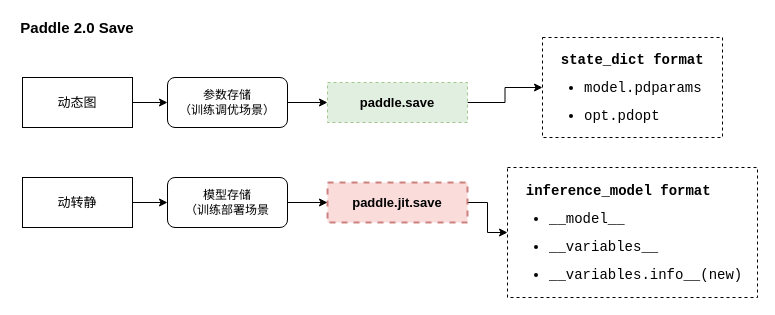
Earlier version of the draw.io diagram page "save2.0" (5 of 6) of save-load.drawio (chenwhql/diagrams). Source tidied: cells renumbered, new cells numbered last; positions are measured from the earlier drawing's top-left corner, leaving out a move shared by most shapes. Both pictures are drawn from the tidied source at 100%, with x=0, y=0 at pixel (17, 17).
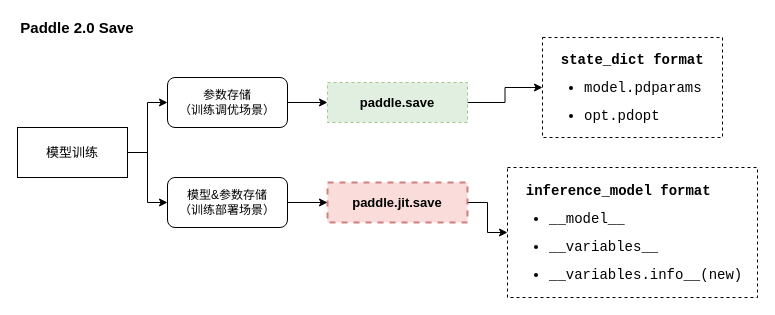
The same page after the edit.

What changed in the source:
```diff
@@
 <mxGraphModel>
   <root>
     <mxCell id="0" />
     <mxCell id="1" parent="0" />
     <mxCell id="2" style="edgeStyle=orthogonalEdgeStyle;rounded=0;jettySize=auto;html=1;exitX=1;exitY=0.5;exitDx=0;exitDy=0;entryX=0;entryY=0.5;entryDx=0;entryDy=0;fontSize=15;" parent="1" edge="1" source="3" target="12">
-      <mxGeometry relative="1" as="geometry" />
+      <mxGeometry relative="1" as="geometry">
+        <Array as="points">
+          <mxPoint x="130" y="135" />
+          <mxPoint x="130" y="85" />
+        </Array>
+      </mxGeometry>
     </mxCell>
-    <mxCell id="3" value="动态图" style="rounded=0;whiteSpace=wrap;html=1;fontSize=13;" parent="1" vertex="1">
-      <mxGeometry x="5" y="60" width="110" height="50" as="geometry" />
+    <mxCell id="3" value="模型训练" style="rounded=0;whiteSpace=wrap;html=1;fontSize=13;" parent="1" vertex="1">
+      <mxGeometry y="110" width="110" height="50" as="geometry" />
     </mxCell>
-    <mxCell id="4" style="edgeStyle=orthogonalEdgeStyle;rounded=0;jettySize=auto;html=1;exitX=1;exitY=0.5;exitDx=0;exitDy=0;entryX=0;entryY=0.5;entryDx=0;entryDy=0;fontSize=15;" parent="1" edge="1" source="5" target="14">
-      <mxGeometry relative="1" as="geometry" />
+    <mxCell id="4" style="edgeStyle=orthogonalEdgeStyle;rounded=0;jettySize=auto;html=1;exitX=1;exitY=0.5;exitDx=0;exitDy=0;entryX=0;entryY=0.5;entryDx=0;entryDy=0;fontSize=15;" parent="1" edge="1" source="3" target="14">
+      <mxGeometry relative="1" as="geometry">
+        <Array as="points">
+          <mxPoint x="130" y="135" />
+          <mxPoint x="130" y="185" />
+        </Array>
+      </mxGeometry>
     </mxCell>
-    <mxCell id="5" value="动转静" style="rounded=0;whiteSpace=wrap;html=1;fontSize=13;" parent="1" vertex="1">
-      <mxGeometry x="5" y="160" width="110" height="50" as="geometry" />
-    </mxCell>
     <mxCell id="6" style="edgeStyle=orthogonalEdgeStyle;rounded=0;jettySize=auto;html=1;fontSize=15;" parent="1" edge="1" source="7" target="15">
       <mxGeometry relative="1" as="geometry" />
     </mxCell>
     <mxCell id="7" value="&lt;span&gt;paddle.save&lt;/span&gt;" style="rounded=0;whiteSpace=wrap;html=1;dashed=1;fontSize=13;opacity=70;fillColor=#d5e8d4;strokeColor=#82b366;fontStyle=1;" parent="1" vertex="1">
       <mxGeometry x="310" y="65" width="140" height="40" as="geometry" />
     </mxCell>
     <mxCell id="8" style="edgeStyle=orthogonalEdgeStyle;rounded=0;jettySize=auto;html=1;exitX=1;exitY=0.5;exitDx=0;exitDy=0;fontSize=15;" parent="1" edge="1" source="9" target="16">
       <mxGeometry relative="1" as="geometry" />
     </mxCell>
     <mxCell id="9" value="&lt;span&gt;paddle.jit.save&lt;/span&gt;" style="rounded=0;whiteSpace=wrap;html=1;dashed=1;fontSize=13;opacity=70;fillColor=#f8cecc;strokeColor=#b85450;strokeWidth=2;fontStyle=1;" parent="1" vertex="1">
       <mxGeometry x="310" y="165" width="140" height="40" as="geometry" />
     </mxCell>
     <mxCell id="10" value="Paddle 2.0 Save" style="text;html=1;strokeColor=none;fillColor=none;align=center;verticalAlign=middle;whiteSpace=wrap;rounded=0;dashed=1;fontSize=15;opacity=70;fontStyle=1;" parent="1" vertex="1">
       <mxGeometry width="120" height="20" as="geometry" />
     </mxCell>
     <mxCell id="11" style="edgeStyle=orthogonalEdgeStyle;rounded=0;jettySize=auto;html=1;exitX=1;exitY=0.5;exitDx=0;exitDy=0;entryX=0;entryY=0.5;entryDx=0;entryDy=0;fontSize=15;" parent="1" edge="1" source="12" target="7">
       <mxGeometry relative="1" as="geometry" />
     </mxCell>
     <mxCell id="12" value="参数存储&lt;br&gt;（训练调优场景）" style="rounded=1;whiteSpace=wrap;html=1;" parent="1" vertex="1">
       <mxGeometry x="150" y="60" width="120" height="50" as="geometry" />
     </mxCell>
     <mxCell id="13" style="edgeStyle=orthogonalEdgeStyle;rounded=0;jettySize=auto;html=1;exitX=1;exitY=0.5;exitDx=0;exitDy=0;entryX=0;entryY=0.5;entryDx=0;entryDy=0;fontSize=15;" parent="1" edge="1" source="14" target="9">
       <mxGeometry relative="1" as="geometry" />
     </mxCell>
-    <mxCell id="14" value="模型存储&lt;br&gt;（训练部署场景" style="rounded=1;whiteSpace=wrap;html=1;" parent="1" vertex="1">
+    <mxCell id="14" value="模型&amp;amp;参数存储&lt;br&gt;（训练部署场景）" style="rounded=1;whiteSpace=wrap;html=1;" parent="1" vertex="1">
       <mxGeometry x="150" y="160" width="120" height="50" as="geometry" />
     </mxCell>
     <mxCell id="15" value="&lt;pre&gt;&lt;pre style=&quot;font-size: 14px ; line-height: 100%&quot;&gt;&lt;font face=&quot;Courier New&quot; style=&quot;font-size: 14px&quot;&gt;&lt;span style=&quot;font-weight: 700 ; text-align: center&quot;&gt;  state_dict&amp;nbsp;&lt;/span&gt;&lt;span style=&quot;font-weight: 700 ; text-align: center&quot;&gt;format&lt;/span&gt;&lt;/font&gt;&lt;ul&gt;&lt;li&gt;model.pdparams&lt;/li&gt;&lt;/ul&gt;&lt;ul&gt;&lt;li&gt;opt.pdopt&lt;/li&gt;&lt;/ul&gt;&lt;/pre&gt;&lt;/pre&gt;" style="text;html=1;fillColor=none;align=left;verticalAlign=middle;whiteSpace=wrap;rounded=0;fontSize=15;dashed=1;strokeColor=#000000;" parent="1" vertex="1">
       <mxGeometry x="525" y="20" width="180" height="100" as="geometry" />
     </mxCell>
     <mxCell id="16" value="&lt;pre&gt;&lt;pre style=&quot;font-size: 14px ; line-height: 100%&quot;&gt;&lt;font face=&quot;Courier New&quot; style=&quot;font-size: 14px&quot;&gt;&lt;span style=&quot;font-weight: 700 ; text-align: center&quot;&gt;  inference_model&amp;nbsp;&lt;/span&gt;&lt;span style=&quot;font-weight: 700 ; text-align: center&quot;&gt;format&lt;/span&gt;&lt;/font&gt;&lt;pre&gt;&lt;ul&gt;&lt;li&gt;__model__&lt;/li&gt;&lt;/ul&gt;&lt;ul&gt;&lt;li&gt;__variables__&lt;/li&gt;&lt;/ul&gt;&lt;ul&gt;&lt;li&gt;__variables.info__(new)&lt;/li&gt;&lt;/ul&gt;&lt;/pre&gt;&lt;/pre&gt;&lt;/pre&gt;" style="text;html=1;fillColor=none;align=left;verticalAlign=middle;whiteSpace=wrap;rounded=0;fontSize=15;dashed=1;strokeColor=#000000;" parent="1" vertex="1">
       <mxGeometry x="490" y="150" width="250" height="130" as="geometry" />
     </mxCell>
   </root>
 </mxGraphModel>
```
